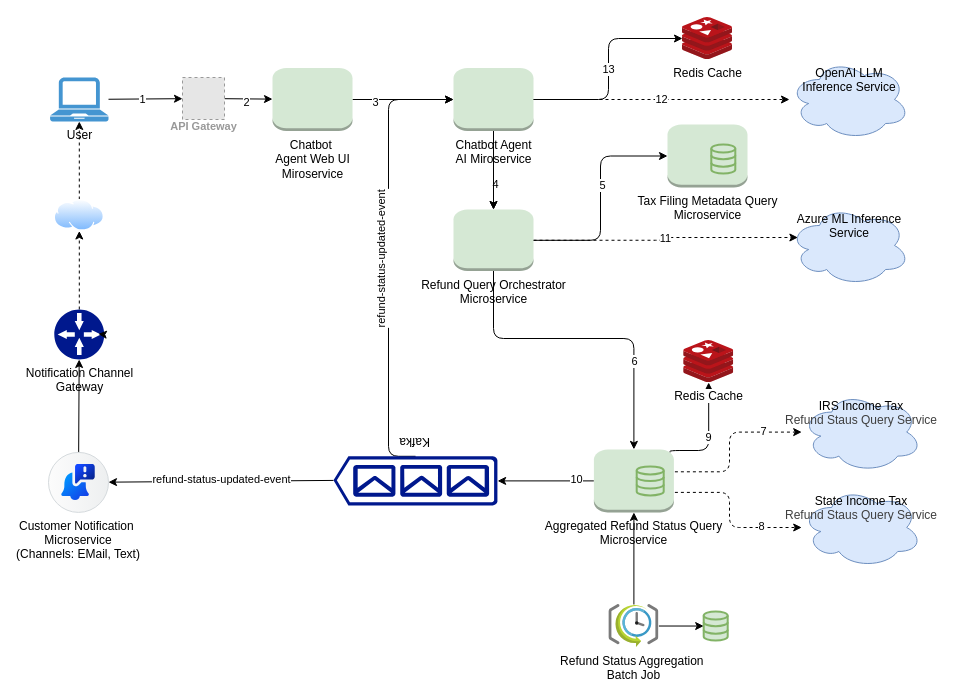
Before: diagrams/architecture_diagram.drawio in gargmanojk/intuit, a draw.io diagram. Source tidied: cells renumbered, new cells numbered last; positions are measured from the earlier drawing's top-left corner, leaving out a move shared by most shapes. Both pictures are drawn from the tidied source at 100%, with x=0, y=0 at pixel (48, 17). Pictures stored in the file or linked from it are replaced by grey dashed boxes.
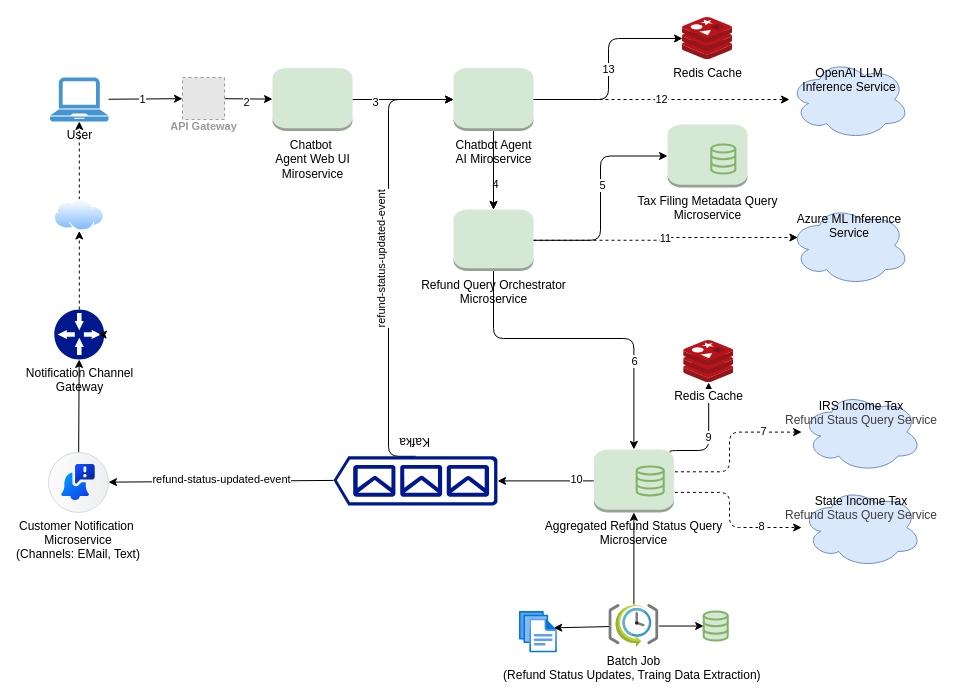
After the change.

Commit message:
feat: Update architecture diagram with layout adjustments and new components

Change to the diagram source:
```diff
@@
-    <mxCell id="38" value="Refund Status Aggregation&amp;nbsp;&lt;div&gt;Batch Job&lt;/div&gt;" style="image;sketch=0;html=1;points=[];align=center;fontSize=12;image=img/lib/mscae/SchedulerJobCollection.svg;" parent="1" vertex="1">
+    <mxCell id="38" value="&lt;div&gt;Batch Job&lt;/div&gt;&lt;div&gt;(&lt;span style=&quot;color: rgb(0, 0, 0); background-color: light-dark(#ffffff, var(--ge-dark-color, #121212));&quot;&gt;Refund Status Updates, Traing Data Extraction)&amp;nbsp;&lt;/span&gt;&lt;/div&gt;" style="image;sketch=0;html=1;points=[];align=center;fontSize=12;image=img/lib/mscae/SchedulerJobCollection.svg;" parent="1" vertex="1">
       <mxGeometry x="560.4" y="587" width="50" height="43" as="geometry" />
     </mxCell>
@@
+    <mxCell id="55" style="image;html=1;points=[];align=center;fontSize=12;image=img/lib/azure2/general/Files.svg;" parent="1" vertex="1">
+      <mxGeometry x="471" y="594" width="37.9" height="41.5" as="geometry" />
+    </mxCell>
+    <mxCell id="56" style="edgeStyle=none;html=1;entryX=0.904;entryY=0.394;entryDx=0;entryDy=0;entryPerimeter=0;" parent="1" edge="1" source="38" target="55">
+      <mxGeometry relative="1" as="geometry" />
+    </mxCell>
```
